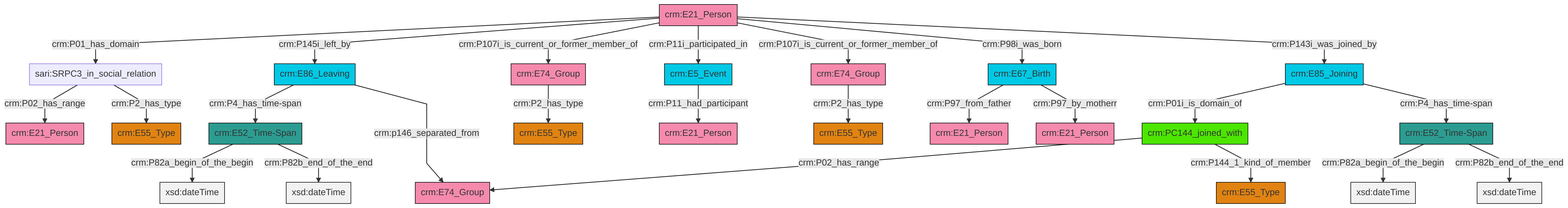
The Mermaid diagram et/personCSV/ttl/mmd/png/Person_Actor_Relations.png in swiss-art-research-net/reference-data-models, before a commit. Its source is kept beside it as et/personCSV/ttl/mmd/Person_Actor_Relations.ttl.mmd.
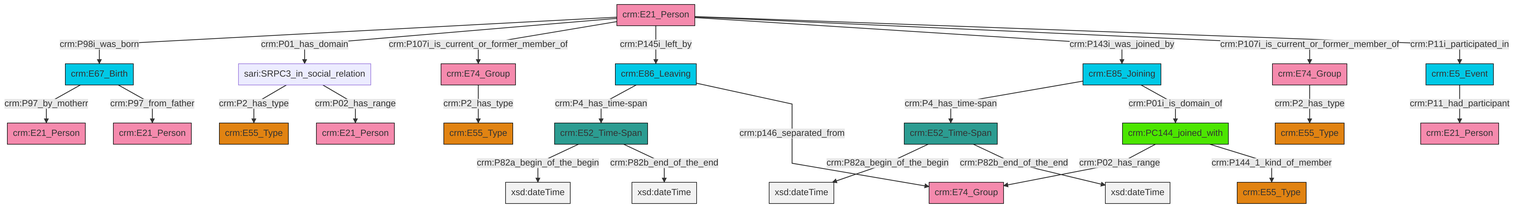
After the commit.

Change to the diagram source:
```diff
@@ -13,27 +13,27 @@
 classDef PC_Classes fill:#4ce600, stroke:#000000;
 classDef Multi fill:#cccccc,stroke:#000000;
 
-0["crm:E21_Person"]:::Actor -->|crm:P01_has_domain| 1["sari:SRPC3_in_social_relation"]:::Default
-2["crm:E52_Time-Span"]:::Time-Span -->|crm:P82a_begin_of_the_begin| 3[xsd:dateTime]:::Literal
-6["crm:E52_Time-Span"]:::Time-Span -->|crm:P82a_begin_of_the_begin| 7[xsd:dateTime]:::Literal
+0["crm:E21_Person"]:::Actor -->|crm:P98i_was_born| 1["crm:E67_Birth"]:::Temporal_Entity
+2["sari:SRPC3_in_social_relation"]:::Default -->|crm:P2_has_type| 3["crm:E55_Type"]:::Type
+0["crm:E21_Person"]:::Actor -->|crm:P01_has_domain| 2["sari:SRPC3_in_social_relation"]:::Default
+0["crm:E21_Person"]:::Actor -->|crm:P107i_is_current_or_former_member_of| 4["crm:E74_Group"]:::Actor
+5["crm:E52_Time-Span"]:::Time-Span -->|crm:P82a_begin_of_the_begin| 6[xsd:dateTime]:::Literal
 8["crm:E74_Group"]:::Actor -->|crm:P2_has_type| 9["crm:E55_Type"]:::Type
+10["crm:E86_Leaving"]:::Temporal_Entity -->|crm:P4_has_time-span| 5["crm:E52_Time-Span"]:::Time-Span
+11["crm:E52_Time-Span"]:::Time-Span -->|crm:P82a_begin_of_the_begin| 12[xsd:dateTime]:::Literal
+13["crm:E85_Joining"]:::Temporal_Entity -->|crm:P4_has_time-span| 11["crm:E52_Time-Span"]:::Time-Span
+14["crm:E5_Event"]:::Temporal_Entity -->|crm:P11_had_participant| 15["crm:E21_Person"]:::Actor
 0["crm:E21_Person"]:::Actor -->|crm:P145i_left_by| 10["crm:E86_Leaving"]:::Temporal_Entity
+20["crm:PC144_joined_with"]:::PC_Classes -->|crm:P02_has_range| 21["crm:E74_Group"]:::Actor
+5["crm:E52_Time-Span"]:::Time-Span -->|crm:P82b_end_of_the_end| 22[xsd:dateTime]:::Literal
+11["crm:E52_Time-Span"]:::Time-Span -->|crm:P82b_end_of_the_end| 26[xsd:dateTime]:::Literal
+4["crm:E74_Group"]:::Actor -->|crm:P2_has_type| 16["crm:E55_Type"]:::Type
+10["crm:E86_Leaving"]:::Temporal_Entity -->|crm:p146_separated_from| 21["crm:E74_Group"]:::Actor
+1["crm:E67_Birth"]:::Temporal_Entity -->|crm:P97_by_motherr| 31["crm:E21_Person"]:::Actor
+1["crm:E67_Birth"]:::Temporal_Entity -->|crm:P97_from_father| 32["crm:E21_Person"]:::Actor
+13["crm:E85_Joining"]:::Temporal_Entity -->|crm:P01i_is_domain_of| 20["crm:PC144_joined_with"]:::PC_Classes
+0["crm:E21_Person"]:::Actor -->|crm:P143i_was_joined_by| 13["crm:E85_Joining"]:::Temporal_Entity
 0["crm:E21_Person"]:::Actor -->|crm:P107i_is_current_or_former_member_of| 8["crm:E74_Group"]:::Actor
-22["crm:E67_Birth"]:::Temporal_Entity -->|crm:P97_from_father| 23["crm:E21_Person"]:::Actor
-0["crm:E21_Person"]:::Actor -->|crm:P11i_participated_in| 26["crm:E5_Event"]:::Temporal_Entity
-0["crm:E21_Person"]:::Actor -->|crm:P107i_is_current_or_former_member_of| 27["crm:E74_Group"]:::Actor
-2["crm:E52_Time-Span"]:::Time-Span -->|crm:P82b_end_of_the_end| 28[xsd:dateTime]:::Literal
-1["sari:SRPC3_in_social_relation"]:::Default -->|crm:P02_has_range| 4["crm:E21_Person"]:::Actor
-0["crm:E21_Person"]:::Actor -->|crm:P98i_was_born| 22["crm:E67_Birth"]:::Temporal_Entity
-31["crm:PC144_joined_with"]:::PC_Classes -->|crm:P02_has_range| 29["crm:E74_Group"]:::Actor
-0["crm:E21_Person"]:::Actor -->|crm:P143i_was_joined_by| 14["crm:E85_Joining"]:::Temporal_Entity
-27["crm:E74_Group"]:::Actor -->|crm:P2_has_type| 33["crm:E55_Type"]:::Type
-14["crm:E85_Joining"]:::Temporal_Entity -->|crm:P01i_is_domain_of| 31["crm:PC144_joined_with"]:::PC_Classes
-31["crm:PC144_joined_with"]:::PC_Classes -->|crm:P144_1_kind_of_member| 16["crm:E55_Type"]:::Type
-22["crm:E67_Birth"]:::Temporal_Entity -->|crm:P97_by_motherr| 34["crm:E21_Person"]:::Actor
-10["crm:E86_Leaving"]:::Temporal_Entity -->|crm:P4_has_time-span| 6["crm:E52_Time-Span"]:::Time-Span
-26["crm:E5_Event"]:::Temporal_Entity -->|crm:P11_had_participant| 12["crm:E21_Person"]:::Actor
-1["sari:SRPC3_in_social_relation"]:::Default -->|crm:P2_has_type| 18["crm:E55_Type"]:::Type
-14["crm:E85_Joining"]:::Temporal_Entity -->|crm:P4_has_time-span| 2["crm:E52_Time-Span"]:::Time-Span
-6["crm:E52_Time-Span"]:::Time-Span -->|crm:P82b_end_of_the_end| 42[xsd:dateTime]:::Literal
-10["crm:E86_Leaving"]:::Temporal_Entity -->|crm:p146_separated_from| 29["crm:E74_Group"]:::Actor
+0["crm:E21_Person"]:::Actor -->|crm:P11i_participated_in| 14["crm:E5_Event"]:::Temporal_Entity
+20["crm:PC144_joined_with"]:::PC_Classes -->|crm:P144_1_kind_of_member| 39["crm:E55_Type"]:::Type
+2["sari:SRPC3_in_social_relation"]:::Default -->|crm:P02_has_range| 27["crm:E21_Person"]:::Actor
```
